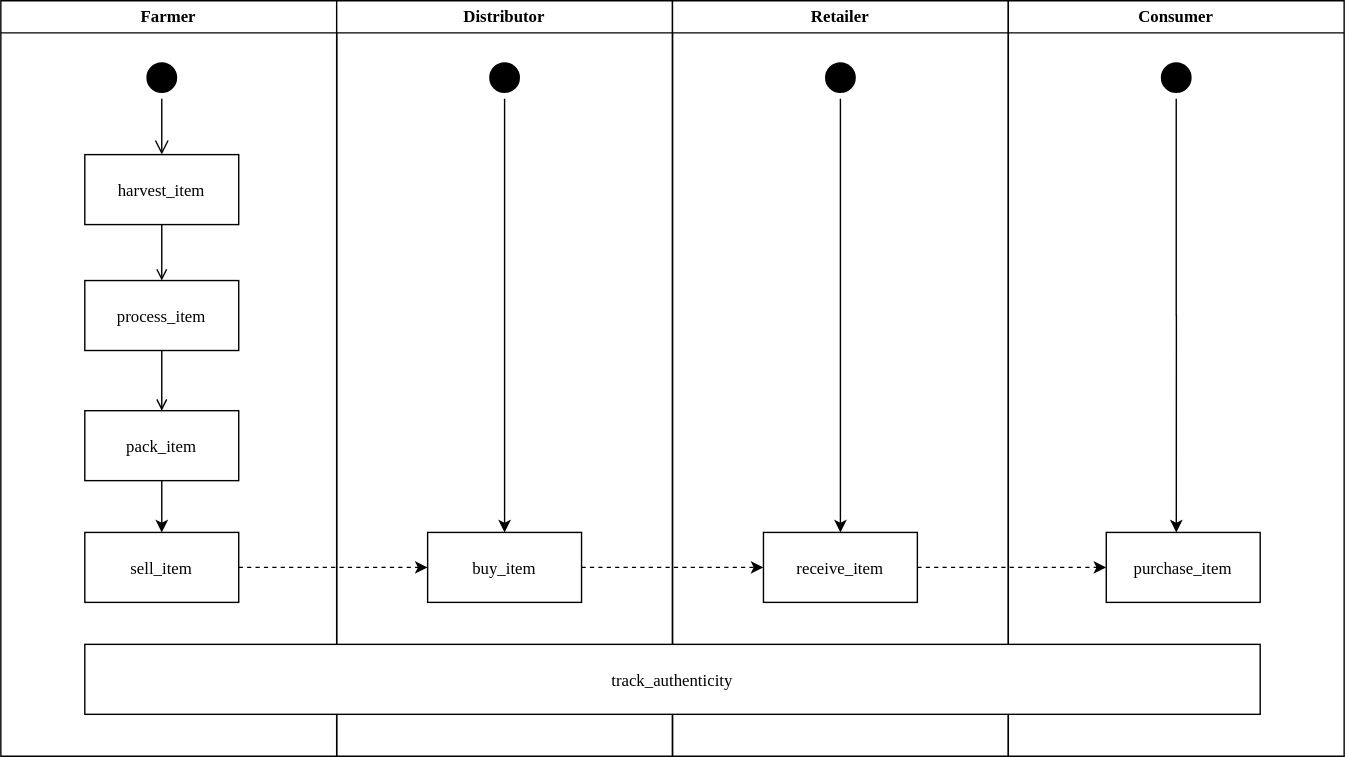
Before: uml/ActivityDiagram.svg, a diagram exported from draw.io (dcarpintero/dapp-supply-chain). Source tidied: cells renumbered, new cells last; positions are measured from the earlier drawing's top-left corner, leaving out a move shared by most shapes.
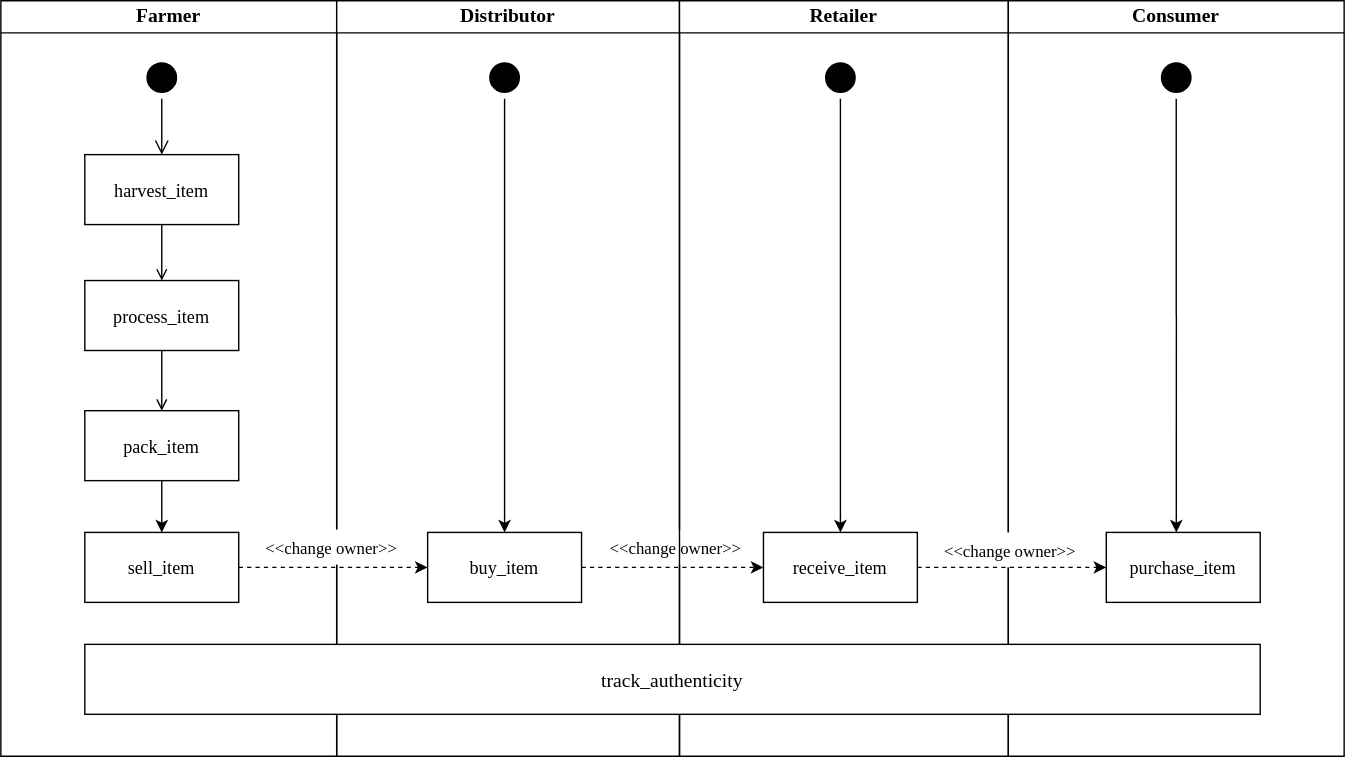
The same diagram one commit later.

Change to the diagram source:
```diff
@@ -2,7 +2,7 @@
   <root>
     <mxCell id="0" />
     <mxCell id="1" parent="0" />
-    <mxCell id="2" value="Farmer" style="swimlane;whiteSpace=wrap;fontFamily=Verdana;" parent="1" vertex="1">
+    <mxCell id="2" value="Farmer" style="swimlane;whiteSpace=wrap;fontFamily=Verdana;fontSize=14;" parent="1" vertex="1">
       <mxGeometry width="240" height="540" as="geometry" />
     </mxCell>
     <mxCell id="3" style="ellipse;shape=startState;fillColor=#000000;strokeColor=none;fontFamily=Verdana;" parent="2" vertex="1">
@@ -11,10 +11,10 @@
     <mxCell id="4" style="edgeStyle=elbowEdgeStyle;elbow=horizontal;verticalAlign=bottom;endArrow=open;endSize=8;endFill=1;rounded=0;fontFamily=Verdana;" parent="2" edge="1" source="3" target="5">
       <mxGeometry x="100" y="40" as="geometry" />
     </mxCell>
-    <mxCell id="5" value="harvest_item" style="fontFamily=Verdana;" parent="2" vertex="1">
+    <mxCell id="5" value="harvest_item" style="fontFamily=Verdana;fontSize=13;" parent="2" vertex="1">
       <mxGeometry x="60" y="110" width="110" height="50" as="geometry" />
     </mxCell>
-    <mxCell id="6" value="process_item" style="fontFamily=Verdana;" parent="2" vertex="1">
+    <mxCell id="6" value="process_item" style="fontFamily=Verdana;fontSize=13;" parent="2" vertex="1">
       <mxGeometry x="60" y="200" width="110" height="50" as="geometry" />
     </mxCell>
     <mxCell id="7" style="endArrow=open;endFill=1;rounded=0;fontFamily=Verdana;" parent="2" edge="1" source="5" target="6">
@@ -23,17 +23,17 @@
     <mxCell id="8" style="edgeStyle=orthogonalEdgeStyle;rounded=0;jettySize=auto;html=1;exitX=0.5;exitY=1;exitDx=0;exitDy=0;entryX=0.5;entryY=0;entryDx=0;entryDy=0;fontFamily=Verdana;" parent="2" edge="1" source="9" target="11">
       <mxGeometry relative="1" as="geometry" />
     </mxCell>
-    <mxCell id="9" value="pack_item" style="fontFamily=Verdana;" parent="2" vertex="1">
+    <mxCell id="9" value="pack_item" style="fontFamily=Verdana;fontSize=13;" parent="2" vertex="1">
       <mxGeometry x="60" y="293" width="110" height="50" as="geometry" />
     </mxCell>
     <mxCell id="10" style="endArrow=open;endFill=1;rounded=0;fontFamily=Verdana;" parent="2" edge="1" source="6" target="9">
       <mxGeometry relative="1" as="geometry" />
     </mxCell>
-    <mxCell id="11" value="sell_item" style="fontFamily=Verdana;" parent="2" vertex="1">
+    <mxCell id="11" value="sell_item" style="fontFamily=Verdana;fontSize=13;" parent="2" vertex="1">
       <mxGeometry x="60" y="380" width="110" height="50" as="geometry" />
     </mxCell>
-    <mxCell id="12" value="Distributor" style="swimlane;whiteSpace=wrap;fontFamily=Verdana;" parent="1" vertex="1">
-      <mxGeometry x="240" width="240" height="540" as="geometry" />
+    <mxCell id="12" value="Distributor" style="swimlane;whiteSpace=wrap;fontFamily=Verdana;fontSize=14;" parent="1" vertex="1">
+      <mxGeometry x="240" width="245" height="540" as="geometry" />
     </mxCell>
     <mxCell id="13" style="edgeStyle=orthogonalEdgeStyle;rounded=0;jettySize=auto;html=1;exitX=0.5;exitY=1;exitDx=0;exitDy=0;strokeColor=#000000;fontFamily=Verdana;" parent="12" edge="1" source="14" target="15">
       <mxGeometry relative="1" as="geometry" />
@@ -41,34 +41,43 @@
     <mxCell id="14" style="ellipse;shape=startState;fillColor=#000000;strokeColor=none;fontFamily=Verdana;" parent="12" vertex="1">
       <mxGeometry x="105" y="40" width="30" height="30" as="geometry" />
     </mxCell>
-    <mxCell id="15" value="buy_item" style="fontFamily=Verdana;" parent="12" vertex="1">
+    <mxCell id="15" value="buy_item" style="fontFamily=Verdana;fontSize=13;" parent="12" vertex="1">
       <mxGeometry x="65" y="380" width="110" height="50" as="geometry" />
     </mxCell>
+    <mxCell id="28" value="&lt;font style=&quot;font-size: 12px&quot;&gt;&amp;lt;&amp;lt;change owner&amp;gt;&amp;gt;&lt;/font&gt;" style="html=1;fontFamily=Verdana;fontSize=13;strokeColor=none;" parent="12" vertex="1">
+      <mxGeometry x="-69" y="378" width="130" height="25" as="geometry" />
+    </mxCell>
+    <mxCell id="29" value="&lt;font style=&quot;font-size: 12px&quot;&gt;&amp;lt;&amp;lt;change owner&amp;gt;&amp;gt;&lt;/font&gt;" style="html=1;fontFamily=Verdana;fontSize=13;strokeColor=none;" parent="12" vertex="1">
+      <mxGeometry x="177" y="378" width="130" height="25" as="geometry" />
+    </mxCell>
-    <mxCell id="16" value="Retailer" style="swimlane;whiteSpace=wrap;fontFamily=Verdana;" parent="1" vertex="1">
-      <mxGeometry x="480" width="240" height="540" as="geometry" />
+    <mxCell id="16" value="Retailer" style="swimlane;whiteSpace=wrap;fontFamily=Verdana;fontSize=14;" parent="1" vertex="1">
+      <mxGeometry x="485" width="235" height="540" as="geometry" />
     </mxCell>
     <mxCell id="17" style="ellipse;shape=startState;fillColor=#000000;strokeColor=none;fontFamily=Verdana;" parent="16" vertex="1">
-      <mxGeometry x="105" y="40" width="30" height="30" as="geometry" />
+      <mxGeometry x="100" y="40" width="30" height="30" as="geometry" />
     </mxCell>
     <mxCell id="18" style="edgeStyle=orthogonalEdgeStyle;rounded=0;jettySize=auto;html=1;exitX=1;exitY=0.5;exitDx=0;exitDy=0;entryX=0;entryY=0.5;entryDx=0;entryDy=0;strokeColor=#000000;dashed=1;fontFamily=Verdana;" parent="1" edge="1" source="11" target="15">
       <mxGeometry relative="1" as="geometry" />
     </mxCell>
-    <mxCell id="19" value="Consumer" style="swimlane;whiteSpace=wrap;fontFamily=Verdana;" parent="1" vertex="1">
+    <mxCell id="19" value="Consumer" style="swimlane;whiteSpace=wrap;fontFamily=Verdana;fontSize=14;" parent="1" vertex="1">
       <mxGeometry x="720" width="240" height="540" as="geometry" />
     </mxCell>
     <mxCell id="20" style="ellipse;shape=startState;fillColor=#000000;strokeColor=none;fontFamily=Verdana;" parent="19" vertex="1">
       <mxGeometry x="105" y="40" width="30" height="30" as="geometry" />
     </mxCell>
-    <mxCell id="21" value="purchase_item" style="fontFamily=Verdana;" parent="19" vertex="1">
+    <mxCell id="21" value="purchase_item" style="fontFamily=Verdana;fontSize=13;" parent="19" vertex="1">
       <mxGeometry x="70" y="380" width="110" height="50" as="geometry" />
     </mxCell>
     <mxCell id="22" style="edgeStyle=orthogonalEdgeStyle;rounded=0;jettySize=auto;html=1;strokeColor=#000000;entryX=0.455;entryY=0;entryDx=0;entryDy=0;entryPerimeter=0;fontFamily=Verdana;" parent="19" edge="1" source="20" target="21">
       <mxGeometry relative="1" as="geometry" />
     </mxCell>
+    <mxCell id="30" value="&lt;font style=&quot;font-size: 12px&quot;&gt;&amp;lt;&amp;lt;change owner&amp;gt;&amp;gt;&lt;/font&gt;" style="html=1;fontFamily=Verdana;fontSize=13;strokeColor=none;" parent="19" vertex="1">
+      <mxGeometry x="-60" y="380" width="121" height="25" as="geometry" />
+    </mxCell>
     <mxCell id="23" style="edgeStyle=orthogonalEdgeStyle;rounded=0;jettySize=auto;html=1;exitX=1;exitY=0.5;exitDx=0;exitDy=0;entryX=0;entryY=0.5;entryDx=0;entryDy=0;strokeColor=#000000;dashed=1;fontFamily=Verdana;" parent="1" edge="1" source="24" target="21">
       <mxGeometry relative="1" as="geometry" />
     </mxCell>
-    <mxCell id="24" value="receive_item" style="fontFamily=Verdana;" parent="1" vertex="1">
+    <mxCell id="24" value="receive_item" style="fontFamily=Verdana;fontSize=13;" parent="1" vertex="1">
       <mxGeometry x="545" y="380" width="110" height="50" as="geometry" />
     </mxCell>
     <mxCell id="25" style="edgeStyle=orthogonalEdgeStyle;rounded=0;jettySize=auto;html=1;entryX=0.5;entryY=0;entryDx=0;entryDy=0;strokeColor=#000000;fontFamily=Verdana;" parent="1" edge="1" source="17" target="24">
@@ -77,7 +86,7 @@
     <mxCell id="26" style="edgeStyle=orthogonalEdgeStyle;rounded=0;jettySize=auto;html=1;exitX=1;exitY=0.5;exitDx=0;exitDy=0;entryX=0;entryY=0.5;entryDx=0;entryDy=0;strokeColor=#000000;dashed=1;fontFamily=Verdana;" parent="1" edge="1" source="15" target="24">
       <mxGeometry relative="1" as="geometry" />
     </mxCell>
-    <mxCell id="27" value="track_authenticity" style="fontFamily=Verdana;" parent="1" vertex="1">
+    <mxCell id="27" value="track_authenticity" style="fontFamily=Verdana;fontSize=14;" parent="1" vertex="1">
       <mxGeometry x="60" y="460" width="840" height="50" as="geometry" />
     </mxCell>
   </root>
```
